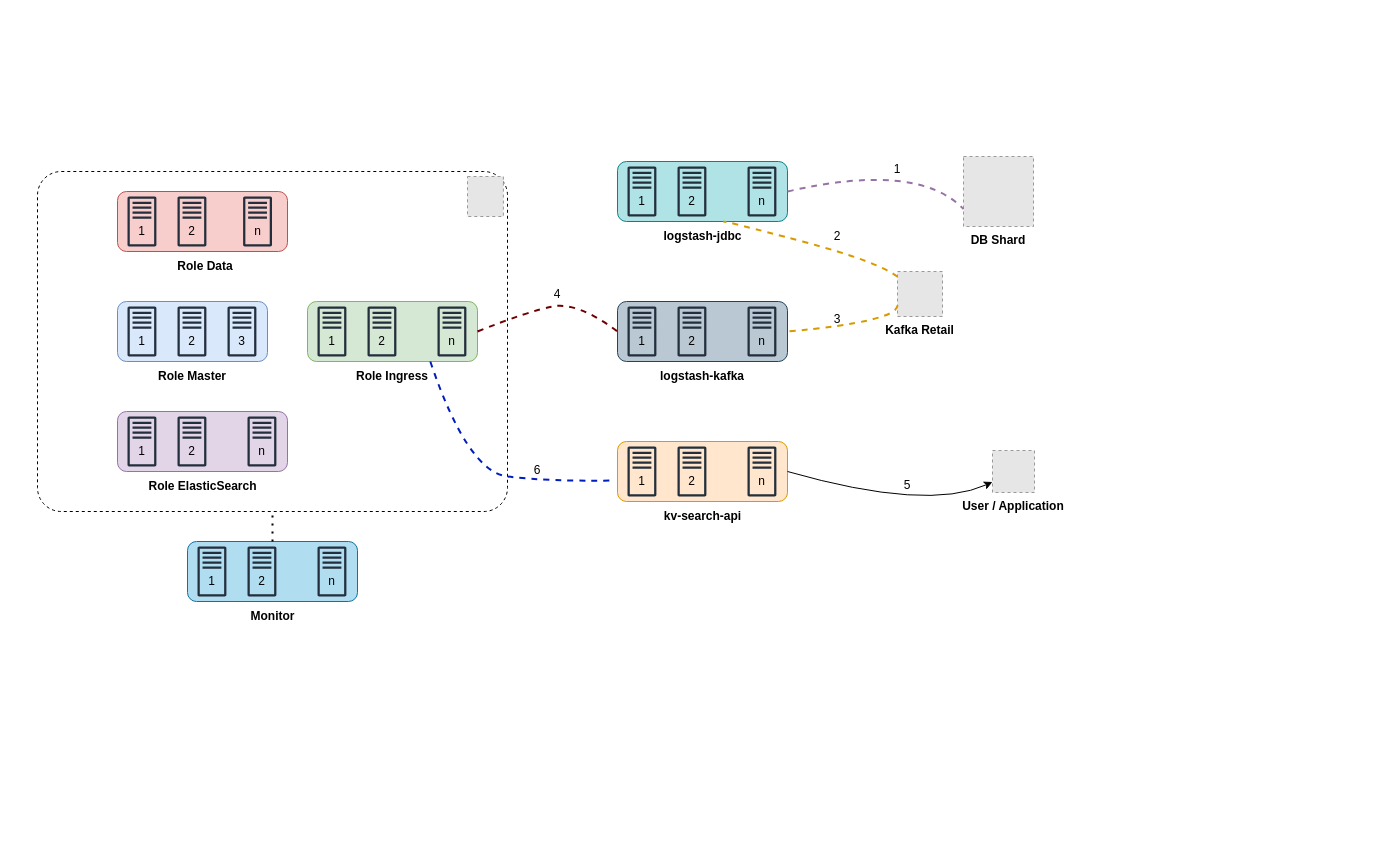
Before: page "Infrastructure" (1 of 2) of KiotViet-Search.drawio in khinhvuphiduong/diagrams.net, a draw.io diagram. Source tidied: cells renumbered, new cells numbered last; positions are measured from the earlier drawing's top-left corner, leaving out a move shared by most shapes. Both pictures are drawn from the tidied source at 100%, with x=0, y=0 at pixel (37, 156). Pictures stored in the file or linked from it are replaced by grey dashed boxes.
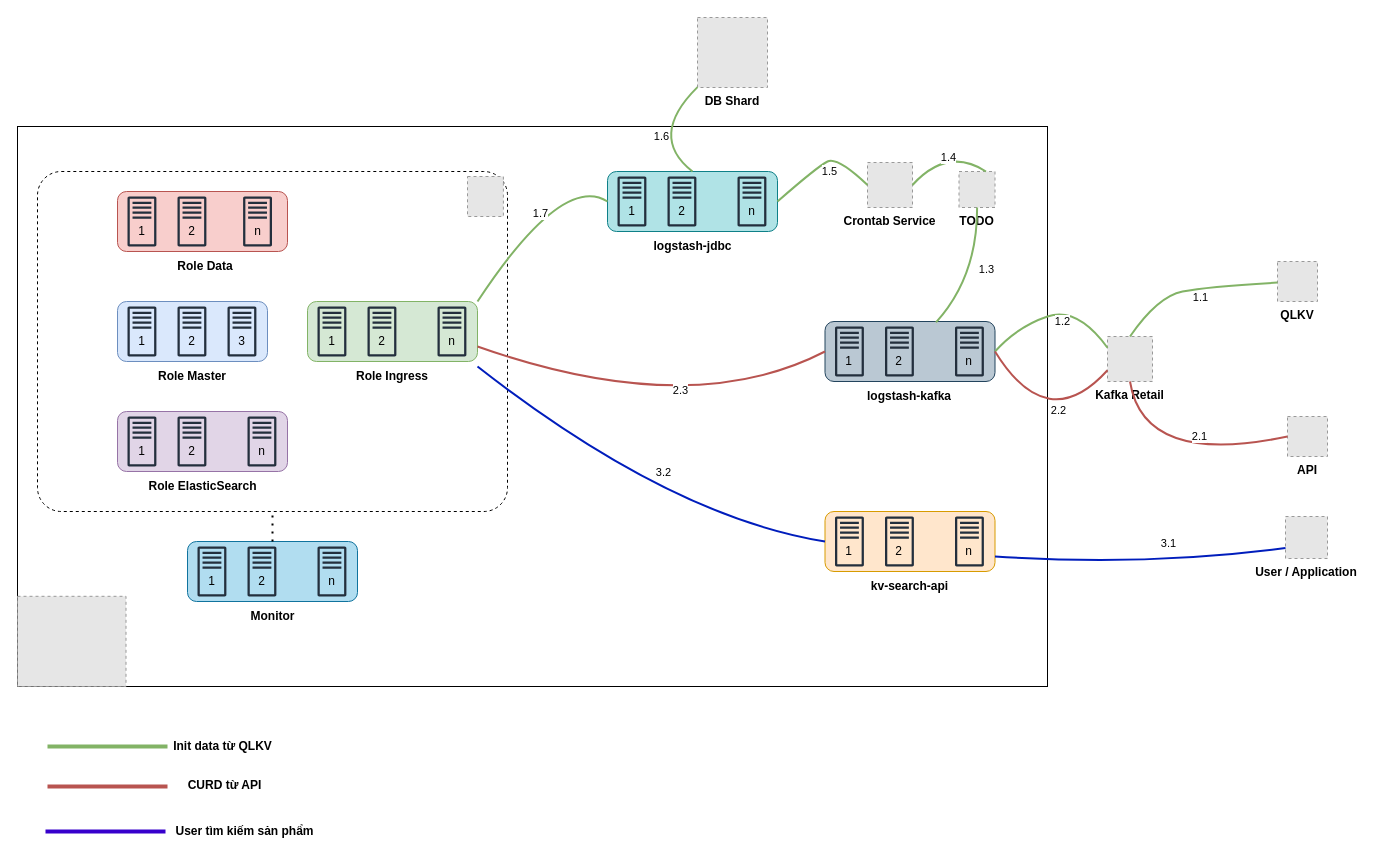
The same diagram, later.

Unchanged cells that the change refers to:
```xml
<mxCell id="13" value="Role Ingress" style="text;html=1;align=center;verticalAlign=middle;whiteSpace=wrap;rounded=0;fontStyle=1;" parent="12" vertex="1">
  <mxGeometry x="47.2" y="60" width="75.6" height="30" as="geometry" />
</mxCell>
<mxCell id="14" style="rounded=1;whiteSpace=wrap;html=1;fillColor=#d5e8d4;strokeColor=#82b366;" parent="12" vertex="1">
  <mxGeometry width="170" height="60" as="geometry" />
</mxCell>
<mxCell id="41" style="rounded=1;whiteSpace=wrap;html=1;fillColor=#ffe6cc;strokeColor=#d79b00;" parent="39" vertex="1">
  <mxGeometry width="170" height="60" as="geometry" />
</mxCell>
<mxCell id="49" value="logstash-jdbc" style="text;html=1;align=center;verticalAlign=middle;whiteSpace=wrap;rounded=0;fontStyle=1;" parent="48" vertex="1">
  <mxGeometry x="43.6" y="60" width="82.8" height="30" as="geometry" />
</mxCell>
<mxCell id="50" style="rounded=1;whiteSpace=wrap;html=1;fillColor=#b0e3e6;strokeColor=#0e8088;" parent="48" vertex="1">
  <mxGeometry width="170" height="60" as="geometry" />
</mxCell>
<mxCell id="59" style="rounded=1;whiteSpace=wrap;html=1;fillColor=#bac8d3;strokeColor=#23445d;" parent="57" vertex="1">
  <mxGeometry width="170" height="60" as="geometry" />
</mxCell>
```

What changed in the source:
```diff
@@
+    <mxCell id="92" style="rounded=0;whiteSpace=wrap;html=1;" parent="1" vertex="1">
+      <mxGeometry x="-20" y="-30" width="1030" height="560" as="geometry" />
+    </mxCell>
@@
     <mxCell id="39" style="group;" parent="1" vertex="1">
-      <mxGeometry x="580" y="285" width="170" height="90" as="geometry" />
+      <mxGeometry x="787.5" y="355" width="170" height="90" as="geometry" />
     </mxCell>
@@
     <mxCell id="48" style="group;" parent="1" vertex="1">
-      <mxGeometry x="580" y="5" width="170" height="90" as="geometry" />
+      <mxGeometry x="570" y="15" width="170" height="90" as="geometry" />
     </mxCell>
@@
     <mxCell id="57" style="group;" parent="1" vertex="1">
-      <mxGeometry x="580" y="145" width="170" height="90" as="geometry" />
+      <mxGeometry x="787.5" y="165" width="170" height="90" as="geometry" />
     </mxCell>
@@
     <mxCell id="75" value="Kafka Retail" style="fillColor=#E6E6E6;strokeColor=#999999;dashed=1;verticalLabelPosition=bottom;labelBackgroundColor=default;verticalAlign=top;fontStyle=1;" parent="1" vertex="1">
-      <mxGeometry x="860" y="115" width="45" height="45" as="geometry" />
+      <mxGeometry x="1070" y="180" width="45" height="45" as="geometry" />
     </mxCell>
     <mxCell id="76" value="DB Shard" style="fillColor=#E6E6E6;strokeColor=#999999;dashed=1;verticalLabelPosition=bottom;labelBackgroundColor=default;verticalAlign=top;fontStyle=1;" parent="1" vertex="1">
-      <mxGeometry x="926" width="70" height="70" as="geometry" />
+      <mxGeometry x="660" y="-139" width="70" height="70" as="geometry" />
     </mxCell>
@@
     <mxCell id="78" value="User / Application" style="fillColor=#E6E6E6;strokeColor=#999999;dashed=1;verticalLabelPosition=bottom;labelBackgroundColor=default;verticalAlign=top;fontStyle=1;" parent="1" vertex="1">
-      <mxGeometry x="955" y="294" width="42" height="42" as="geometry" />
+      <mxGeometry x="1248" y="360" width="42" height="42" as="geometry" />
     </mxCell>
+    <mxCell id="91" style="fillColor=#E6E6E6;strokeColor=#999999;dashed=1;verticalLabelPosition=bottom;labelBackgroundColor=default;verticalAlign=top;" parent="1" vertex="1">
+      <mxGeometry x="430" y="20" width="35.9" height="40" as="geometry" />
+    </mxCell>
+    <mxCell id="93" value="QLKV" style="fillColor=#E6E6E6;strokeColor=#999999;dashed=1;verticalLabelPosition=bottom;labelBackgroundColor=default;verticalAlign=top;fontStyle=1;" parent="1" vertex="1">
+      <mxGeometry x="1240" y="105" width="40" height="40" as="geometry" />
+    </mxCell>
+    <mxCell id="94" value="API" style="fillColor=#E6E6E6;strokeColor=#999999;dashed=1;verticalLabelPosition=bottom;labelBackgroundColor=default;verticalAlign=top;fontStyle=1;" parent="1" vertex="1">
+      <mxGeometry x="1250" y="260" width="40" height="40" as="geometry" />
+    </mxCell>
+    <mxCell id="95" value="Crontab Service" style="fillColor=#E6E6E6;strokeColor=#999999;dashed=1;verticalLabelPosition=bottom;labelBackgroundColor=default;verticalAlign=top;fontStyle=1;" parent="1" vertex="1">
+      <mxGeometry x="830" y="6" width="45" height="45" as="geometry" />
+    </mxCell>
+    <mxCell id="96" value="TODO" style="fillColor=#E6E6E6;strokeColor=#999999;dashed=1;verticalLabelPosition=bottom;labelBackgroundColor=default;verticalAlign=top;fontStyle=1;" parent="1" vertex="1">
+      <mxGeometry x="921.5" y="15" width="36" height="36" as="geometry" />
+    </mxCell>
+    <mxCell id="97" style="curved=1;endArrow=none;html=1;rounded=0;endFill=0;exitX=0.5;exitY=0;exitDx=0;exitDy=0;fillColor=#d5e8d4;strokeColor=#82b366;strokeWidth=2;" parent="1" edge="1" source="75" target="93">
+      <mxGeometry relative="1" as="geometry">
+        <Array as="points">
+          <mxPoint x="1120" y="140" />
+          <mxPoint x="1170" y="130" />
+        </Array>
+      </mxGeometry>
+    </mxCell>
+    <mxCell id="98" value="1.1" style="edgeLabel;html=1;align=center;verticalAlign=middle;" parent="97" vertex="1">
+      <mxGeometry x="0.06" y="-9" relative="1" as="geometry" />
+    </mxCell>
+    <mxCell id="99" style="curved=1;endArrow=none;html=1;rounded=0;endFill=0;exitX=1;exitY=0.5;exitDx=0;exitDy=0;fillColor=#d5e8d4;strokeColor=#82b366;strokeWidth=2;entryX=0;entryY=0.25;entryDx=0;entryDy=0;" parent="1" edge="1" source="59" target="75">
+      <mxGeometry relative="1" as="geometry">
+        <Array as="points">
+          <mxPoint x="980" y="170" />
+          <mxPoint x="1040" y="150" />
+        </Array>
+      </mxGeometry>
+    </mxCell>
+    <mxCell id="100" value="1.2" style="edgeLabel;html=1;align=center;verticalAlign=middle;" parent="99" vertex="1">
+      <mxGeometry x="0.06" y="-9" relative="1" as="geometry" />
+    </mxCell>
+    <mxCell id="101" style="curved=1;endArrow=none;html=1;rounded=0;endFill=0;fillColor=#d5e8d4;strokeColor=#82b366;strokeWidth=2;exitX=0.653;exitY=0.015;exitDx=0;exitDy=0;exitPerimeter=0;" parent="1" edge="1" source="59" target="96">
+      <mxGeometry relative="1" as="geometry">
+        <Array as="points">
+          <mxPoint x="940" y="120" />
+        </Array>
+      </mxGeometry>
+    </mxCell>
+    <mxCell id="102" value="1.3" style="edgeLabel;html=1;align=center;verticalAlign=middle;" parent="101" vertex="1">
+      <mxGeometry x="0.06" y="-9" relative="1" as="geometry" />
+    </mxCell>
+    <mxCell id="103" style="curved=1;endArrow=none;html=1;rounded=0;endFill=0;fillColor=#d5e8d4;strokeColor=#82b366;strokeWidth=2;entryX=1;entryY=0.5;entryDx=0;entryDy=0;exitX=0.75;exitY=0;exitDx=0;exitDy=0;" parent="1" edge="1" source="96" target="95">
+      <mxGeometry relative="1" as="geometry">
+        <Array as="points">
+          <mxPoint x="910" y="-10" />
+        </Array>
+      </mxGeometry>
+    </mxCell>
+    <mxCell id="104" value="1.4" style="edgeLabel;html=1;align=center;verticalAlign=middle;" parent="103" vertex="1">
+      <mxGeometry x="0.06" y="-9" relative="1" as="geometry">
+        <mxPoint x="11" y="12" as="offset" />
+      </mxGeometry>
+    </mxCell>
+    <mxCell id="105" style="curved=1;endArrow=none;html=1;rounded=0;endFill=0;fillColor=#d5e8d4;strokeColor=#82b366;strokeWidth=2;entryX=0;entryY=0.5;entryDx=0;entryDy=0;exitX=1;exitY=0.5;exitDx=0;exitDy=0;" parent="1" edge="1" source="50" target="95">
+      <mxGeometry relative="1" as="geometry">
+        <Array as="points">
+          <mxPoint x="780" y="10" />
+          <mxPoint x="800" />
+        </Array>
+      </mxGeometry>
+    </mxCell>
+    <mxCell id="106" value="1.5" style="edgeLabel;html=1;align=center;verticalAlign=middle;" parent="105" vertex="1">
+      <mxGeometry x="0.06" y="-9" relative="1" as="geometry" />
+    </mxCell>
+    <mxCell id="84" style="curved=1;endArrow=none;html=1;rounded=0;endFill=0;fillColor=#d5e8d4;strokeColor=#82b366;strokeWidth=2;exitX=0.5;exitY=0;exitDx=0;exitDy=0;" parent="1" edge="1" source="50" target="76">
+      <mxGeometry relative="1" as="geometry">
+        <Array as="points">
+          <mxPoint x="610" y="-20" />
+        </Array>
+      </mxGeometry>
+    </mxCell>
+    <mxCell id="107" value="1.6" style="edgeLabel;html=1;align=center;verticalAlign=middle;" parent="84" vertex="1">
+      <mxGeometry x="0.06" y="-9" relative="1" as="geometry" />
+    </mxCell>
+    <mxCell id="108" style="curved=1;endArrow=none;html=1;rounded=0;endFill=0;fillColor=#d5e8d4;strokeColor=#82b366;strokeWidth=2;exitX=0;exitY=0.5;exitDx=0;exitDy=0;entryX=1;entryY=0;entryDx=0;entryDy=0;" parent="1" edge="1" source="50" target="14">
+      <mxGeometry relative="1" as="geometry">
+        <Array as="points">
+          <mxPoint x="525" y="16" />
+        </Array>
+      </mxGeometry>
+    </mxCell>
+    <mxCell id="109" value="1.7" style="edgeLabel;html=1;align=center;verticalAlign=middle;" parent="108" vertex="1">
+      <mxGeometry x="0.06" y="-9" relative="1" as="geometry">
+        <mxPoint x="16" y="-2" as="offset" />
+      </mxGeometry>
+    </mxCell>
+    <mxCell id="110" style="curved=1;endArrow=none;html=1;rounded=0;endFill=0;exitX=0.5;exitY=1;exitDx=0;exitDy=0;fillColor=#f8cecc;strokeColor=#b85450;strokeWidth=2;entryX=0;entryY=0.5;entryDx=0;entryDy=0;" parent="1" edge="1" source="75" target="94">
+      <mxGeometry relative="1" as="geometry">
+        <Array as="points">
+          <mxPoint x="1106" y="310.5" />
+        </Array>
+      </mxGeometry>
+    </mxCell>
+    <mxCell id="111" value="2.1" style="edgeLabel;html=1;align=center;verticalAlign=middle;" parent="110" vertex="1">
+      <mxGeometry x="0.06" y="-9" relative="1" as="geometry">
+        <mxPoint x="17" y="-32" as="offset" />
+      </mxGeometry>
+    </mxCell>
+    <mxCell id="112" style="curved=1;endArrow=none;html=1;rounded=0;endFill=0;exitX=1;exitY=0.5;exitDx=0;exitDy=0;fillColor=#f8cecc;strokeColor=#b85450;strokeWidth=2;entryX=0;entryY=0.75;entryDx=0;entryDy=0;" parent="1" edge="1" source="59" target="75">
+      <mxGeometry relative="1" as="geometry">
+        <Array as="points">
+          <mxPoint x="1010" y="280" />
+        </Array>
+      </mxGeometry>
+    </mxCell>
+    <mxCell id="113" value="2.2" style="edgeLabel;html=1;align=center;verticalAlign=middle;" parent="112" vertex="1">
+      <mxGeometry x="0.44" relative="1" as="geometry">
+        <mxPoint x="-14" as="offset" />
+      </mxGeometry>
+    </mxCell>
+    <mxCell id="114" style="curved=1;endArrow=none;html=1;rounded=0;endFill=0;fillColor=#f8cecc;strokeColor=#b85450;strokeWidth=2;entryX=0;entryY=0.5;entryDx=0;entryDy=0;" parent="1" edge="1" target="59">
+      <mxGeometry relative="1" as="geometry">
+        <mxPoint x="440" y="190" as="sourcePoint" />
+        <Array as="points">
+          <mxPoint x="652" y="265" />
+        </Array>
+      </mxGeometry>
+    </mxCell>
+    <mxCell id="115" value="2.3" style="edgeLabel;html=1;align=center;verticalAlign=middle;" parent="114" vertex="1">
+      <mxGeometry x="0.06" y="-9" relative="1" as="geometry">
+        <mxPoint x="17" y="-32" as="offset" />
+      </mxGeometry>
+    </mxCell>
-    <mxCell id="79" style="curved=1;endArrow=classic;html=1;rounded=0;exitX=1;exitY=0.5;exitDx=0;exitDy=0;entryX=0;entryY=0.75;entryDx=0;entryDy=0;" parent="1" edge="1" source="41" target="78">
+    <mxCell id="79" style="curved=1;endArrow=none;html=1;rounded=0;endFill=0;exitX=1;exitY=0.75;exitDx=0;exitDy=0;fillColor=#0050ef;strokeColor=#001DBC;strokeWidth=2;entryX=0;entryY=0.75;entryDx=0;entryDy=0;" parent="1" edge="1" source="41" target="78">
       <mxGeometry relative="1" as="geometry">
         <Array as="points">
-          <mxPoint x="890" y="355" />
+          <mxPoint x="1110" y="410" />
         </Array>
       </mxGeometry>
     </mxCell>
-    <mxCell id="80" style="curved=1;endArrow=none;html=1;rounded=0;exitX=1;exitY=0;exitDx=0;exitDy=0;entryX=-0.018;entryY=0.65;entryDx=0;entryDy=0;entryPerimeter=0;dashed=1;fillColor=#0050ef;strokeColor=#001DBC;endFill=0;strokeWidth=2;" parent="1" edge="1" source="13" target="41">
-      <mxGeometry relative="1" as="geometry">
-        <Array as="points">
-          <mxPoint x="430" y="315" />
-          <mxPoint x="510" y="325" />
-        </Array>
-      </mxGeometry>
-    </mxCell>
-    <mxCell id="81" style="curved=1;endArrow=none;html=1;rounded=0;entryX=0;entryY=0.5;entryDx=0;entryDy=0;fillColor=#a20025;strokeColor=#6F0000;dashed=1;endFill=0;strokeWidth=2;" parent="1" edge="1" target="59">
-      <mxGeometry relative="1" as="geometry">
-        <mxPoint x="440" y="175" as="sourcePoint" />
-        <Array as="points">
-          <mxPoint x="490" y="155" />
-          <mxPoint x="540" y="145" />
-        </Array>
-      </mxGeometry>
-    </mxCell>
-    <mxCell id="82" style="curved=1;endArrow=none;html=1;rounded=0;entryX=0.75;entryY=0;entryDx=0;entryDy=0;endFill=0;dashed=1;strokeWidth=2;fillColor=#ffe6cc;strokeColor=#d79b00;" parent="1" edge="1" source="75" target="49">
-      <mxGeometry relative="1" as="geometry">
-        <Array as="points">
-          <mxPoint x="840" y="105" />
-          <mxPoint x="690" y="65" />
-        </Array>
-      </mxGeometry>
-    </mxCell>
-    <mxCell id="83" style="curved=1;endArrow=none;html=1;rounded=0;entryX=1;entryY=0.5;entryDx=0;entryDy=0;endFill=0;dashed=1;strokeWidth=2;fillColor=#ffe6cc;strokeColor=#d79b00;exitX=0;exitY=0.75;exitDx=0;exitDy=0;" parent="1" edge="1" source="75" target="59">
-      <mxGeometry relative="1" as="geometry">
-        <Array as="points">
-          <mxPoint x="860" y="165" />
-        </Array>
-      </mxGeometry>
-    </mxCell>
-    <mxCell id="84" style="curved=1;endArrow=none;html=1;rounded=0;exitX=1;exitY=0.5;exitDx=0;exitDy=0;entryX=0;entryY=0.75;entryDx=0;entryDy=0;strokeWidth=2;endFill=0;fillColor=#e1d5e7;strokeColor=#9673a6;dashed=1;" parent="1" edge="1" source="50" target="76">
-      <mxGeometry relative="1" as="geometry">
-        <Array as="points">
-          <mxPoint x="880" y="5" />
-        </Array>
-      </mxGeometry>
-    </mxCell>
-    <mxCell id="85" value="1" style="text;html=1;align=center;verticalAlign=middle;whiteSpace=wrap;rounded=0;" parent="1" vertex="1">
-      <mxGeometry x="850" y="5" width="20" height="15" as="geometry" />
-    </mxCell>
-    <mxCell id="86" value="2" style="text;html=1;align=center;verticalAlign=middle;whiteSpace=wrap;rounded=0;" parent="1" vertex="1">
-      <mxGeometry x="790" y="72.5" width="20" height="15" as="geometry" />
-    </mxCell>
-    <mxCell id="87" value="3" style="text;html=1;align=center;verticalAlign=middle;whiteSpace=wrap;rounded=0;" parent="1" vertex="1">
-      <mxGeometry x="790" y="155" width="20" height="15" as="geometry" />
-    </mxCell>
-    <mxCell id="88" value="4" style="text;html=1;align=center;verticalAlign=middle;whiteSpace=wrap;rounded=0;" parent="1" vertex="1">
-      <mxGeometry x="510" y="130" width="20" height="15" as="geometry" />
-    </mxCell>
-    <mxCell id="89" value="5" style="text;html=1;align=center;verticalAlign=middle;whiteSpace=wrap;rounded=0;" parent="1" vertex="1">
-      <mxGeometry x="860" y="321" width="20" height="15" as="geometry" />
-    </mxCell>
-    <mxCell id="90" value="6" style="text;html=1;align=center;verticalAlign=middle;whiteSpace=wrap;rounded=0;" parent="1" vertex="1">
-      <mxGeometry x="490" y="306" width="20" height="15" as="geometry" />
-    </mxCell>
-    <mxCell id="91" style="fillColor=#E6E6E6;strokeColor=#999999;dashed=1;verticalLabelPosition=bottom;labelBackgroundColor=default;verticalAlign=top;" parent="1" vertex="1">
-      <mxGeometry x="430" y="20" width="35.9" height="40" as="geometry" />
-    </mxCell>
+    <mxCell id="116" value="3.1" style="edgeLabel;html=1;align=center;verticalAlign=middle;" parent="79" vertex="1">
+      <mxGeometry x="0.06" y="-9" relative="1" as="geometry">
+        <mxPoint x="17" y="-32" as="offset" />
+      </mxGeometry>
+    </mxCell>
+    <mxCell id="117" style="curved=1;endArrow=none;html=1;rounded=0;endFill=0;fillColor=#0050ef;strokeColor=#001DBC;strokeWidth=2;entryX=0;entryY=0.5;entryDx=0;entryDy=0;" parent="1" edge="1" target="41">
+      <mxGeometry relative="1" as="geometry">
+        <mxPoint x="440" y="210" as="sourcePoint" />
+        <Array as="points">
+          <mxPoint x="632" y="360" />
+        </Array>
+      </mxGeometry>
+    </mxCell>
+    <mxCell id="118" value="3.2" style="edgeLabel;html=1;align=center;verticalAlign=middle;" parent="117" vertex="1">
+      <mxGeometry x="0.06" y="-9" relative="1" as="geometry">
+        <mxPoint x="23" y="-33" as="offset" />
+      </mxGeometry>
+    </mxCell>
+    <mxCell id="119" style="fillColor=#E6E6E6;strokeColor=#999999;dashed=1;verticalLabelPosition=bottom;labelBackgroundColor=default;verticalAlign=top;" parent="1" vertex="1">
+      <mxGeometry x="-20" y="439.8" width="108.5" height="90.2" as="geometry" />
+    </mxCell>
+    <mxCell id="120" style="endArrow=none;html=1;rounded=0;fillColor=#d5e8d4;strokeColor=#82b366;strokeWidth=4;" parent="1" edge="1">
+      <mxGeometry relative="1" as="geometry">
+        <mxPoint x="10" y="590" as="sourcePoint" />
+        <mxPoint x="130" y="590" as="targetPoint" />
+      </mxGeometry>
+    </mxCell>
+    <mxCell id="121" value="Init data từ QLKV" style="text;html=1;align=center;verticalAlign=middle;whiteSpace=wrap;rounded=0;fontStyle=1;" parent="1" vertex="1">
+      <mxGeometry x="123" y="575" width="125" height="30" as="geometry" />
+    </mxCell>
+    <mxCell id="122" value="CURD từ API" style="text;html=1;align=center;verticalAlign=middle;whiteSpace=wrap;rounded=0;fontStyle=1;" parent="1" vertex="1">
+      <mxGeometry x="125" y="614" width="125" height="30" as="geometry" />
+    </mxCell>
+    <mxCell id="123" style="curved=0;endArrow=none;html=1;rounded=0;endFill=0;fillColor=#f8cecc;strokeColor=#b85450;strokeWidth=4;" parent="1" edge="1">
+      <mxGeometry relative="1" as="geometry">
+        <mxPoint x="10" y="630" as="sourcePoint" />
+        <mxPoint x="130" y="630" as="targetPoint" />
+        <Array as="points">
+          <mxPoint x="130" y="630" />
+        </Array>
+      </mxGeometry>
+    </mxCell>
+    <mxCell id="124" style="endArrow=none;html=1;rounded=0;fillColor=#6a00ff;strokeColor=#3700CC;strokeWidth=4;" parent="1" edge="1">
+      <mxGeometry relative="1" as="geometry">
+        <mxPoint x="8" y="675" as="sourcePoint" />
+        <mxPoint x="128" y="675" as="targetPoint" />
+      </mxGeometry>
+    </mxCell>
+    <mxCell id="125" value="User tìm kiếm sản phẩm" style="text;html=1;align=center;verticalAlign=middle;whiteSpace=wrap;rounded=0;fontStyle=1;" parent="1" vertex="1">
+      <mxGeometry x="125" y="660" width="165" height="30" as="geometry" />
+    </mxCell>
```
